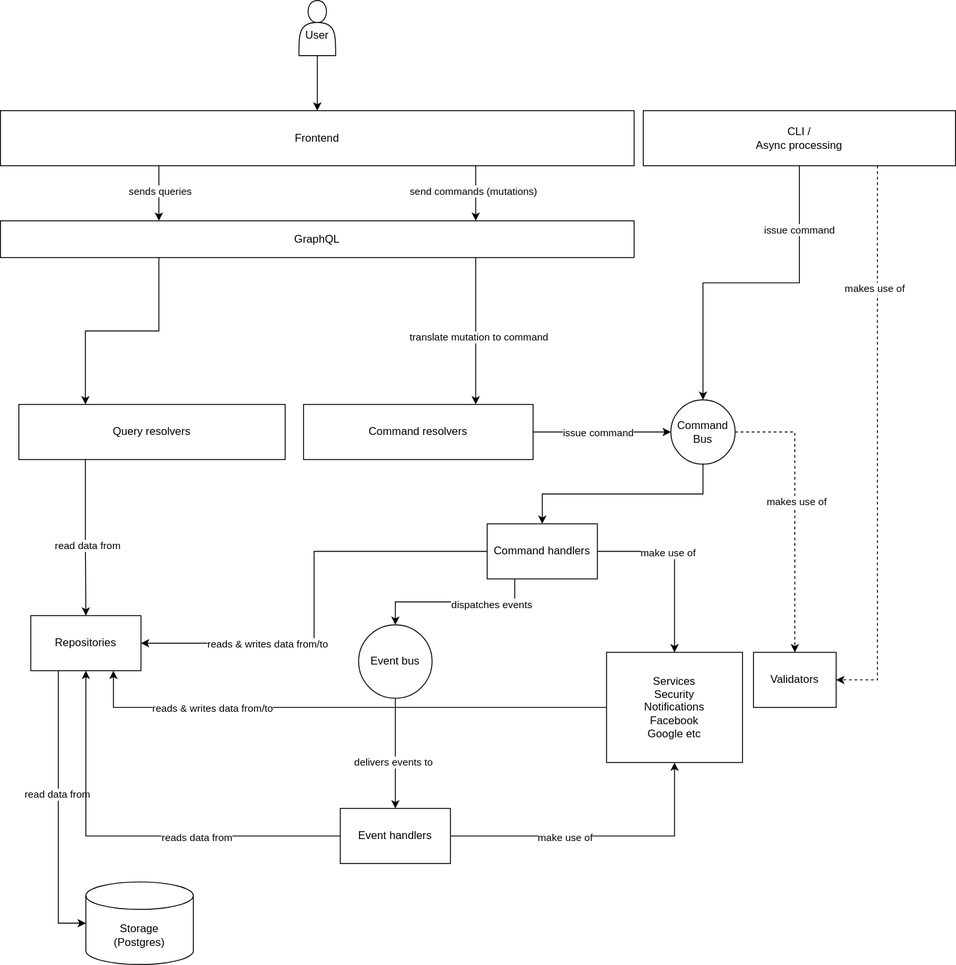
The draw.io diagram resources/predicty.drawio.svg in predicty-app/predicty, before a commit. Source tidied: cells renumbered, new cells last; positions are measured from the earlier drawing's top-left corner, leaving out a move shared by most shapes. Source of this version:
```xml
<mxGraphModel>
  <root>
    <mxCell id="0" />
    <mxCell id="1" parent="0" />
    <mxCell id="2" style="edgeStyle=orthogonalEdgeStyle;rounded=0;jettySize=auto;html=1;exitX=0.25;exitY=1;exitDx=0;exitDy=0;entryX=0.25;entryY=0;entryDx=0;entryDy=0;" parent="1" edge="1" source="5" target="19">
      <mxGeometry relative="1" as="geometry" />
    </mxCell>
    <mxCell id="3" style="edgeStyle=orthogonalEdgeStyle;rounded=0;jettySize=auto;html=1;exitX=0.75;exitY=1;exitDx=0;exitDy=0;entryX=0.75;entryY=0;entryDx=0;entryDy=0;" parent="1" edge="1" source="5" target="26">
      <mxGeometry relative="1" as="geometry" />
    </mxCell>
    <mxCell id="4" value="translate mutation to command" style="edgeLabel;html=1;align=center;verticalAlign=middle;" parent="3" vertex="1">
      <mxGeometry x="-0.13" y="1" relative="1" as="geometry">
        <mxPoint x="2" y="16" as="offset" />
      </mxGeometry>
    </mxCell>
    <mxCell id="5" value="GraphQL" style="rounded=0;whiteSpace=wrap;html=1;" parent="1" vertex="1">
      <mxGeometry y="240" width="690" height="40" as="geometry" />
    </mxCell>
    <mxCell id="6" style="edgeStyle=orthogonalEdgeStyle;rounded=0;jettySize=auto;html=1;exitX=0.25;exitY=1;exitDx=0;exitDy=0;entryX=0;entryY=0.5;entryDx=0;entryDy=0;entryPerimeter=0;" parent="1" edge="1" source="8" target="9">
      <mxGeometry relative="1" as="geometry" />
    </mxCell>
    <mxCell id="7" value="read data from" style="edgeLabel;html=1;align=center;verticalAlign=middle;" parent="6" vertex="1">
      <mxGeometry x="-0.12" y="-2" relative="1" as="geometry" />
    </mxCell>
    <mxCell id="8" value="Repositories" style="rounded=0;whiteSpace=wrap;html=1;" parent="1" vertex="1">
      <mxGeometry x="33" y="670" width="120" height="60" as="geometry" />
    </mxCell>
    <mxCell id="9" value="Storage&lt;br&gt;(Postgres)" style="shape=cylinder3;whiteSpace=wrap;html=1;boundedLbl=1;backgroundOutline=1;size=15;" parent="1" vertex="1">
      <mxGeometry x="93" y="960" width="117" height="90" as="geometry" />
    </mxCell>
    <mxCell id="10" style="edgeStyle=orthogonalEdgeStyle;rounded=0;jettySize=auto;html=1;exitX=0.75;exitY=1;exitDx=0;exitDy=0;entryX=0.75;entryY=0;entryDx=0;entryDy=0;" parent="1" edge="1" source="14" target="5">
      <mxGeometry relative="1" as="geometry" />
    </mxCell>
    <mxCell id="11" value="send commands (mutations)" style="edgeLabel;html=1;align=center;verticalAlign=middle;" parent="10" vertex="1">
      <mxGeometry x="-0.09" y="-3" relative="1" as="geometry" />
    </mxCell>
    <mxCell id="12" style="edgeStyle=orthogonalEdgeStyle;rounded=0;jettySize=auto;html=1;exitX=0.25;exitY=1;exitDx=0;exitDy=0;entryX=0.25;entryY=0;entryDx=0;entryDy=0;" parent="1" edge="1" source="14" target="5">
      <mxGeometry relative="1" as="geometry" />
    </mxCell>
    <mxCell id="13" value="sends queries" style="edgeLabel;html=1;align=center;verticalAlign=middle;" parent="12" vertex="1">
      <mxGeometry x="-0.09" y="1" relative="1" as="geometry" />
    </mxCell>
    <mxCell id="14" value="Frontend" style="rounded=0;whiteSpace=wrap;html=1;" parent="1" vertex="1">
      <mxGeometry y="120" width="690" height="60" as="geometry" />
    </mxCell>
    <mxCell id="15" style="edgeStyle=orthogonalEdgeStyle;rounded=0;jettySize=auto;html=1;exitX=0.5;exitY=1;exitDx=0;exitDy=0;entryX=0.5;entryY=0;entryDx=0;entryDy=0;" parent="1" edge="1" source="16" target="14">
      <mxGeometry relative="1" as="geometry" />
    </mxCell>
    <mxCell id="16" value="&lt;br&gt;User" style="shape=actor;whiteSpace=wrap;html=1;" parent="1" vertex="1">
      <mxGeometry x="325" width="40" height="60" as="geometry" />
    </mxCell>
    <mxCell id="17" style="edgeStyle=orthogonalEdgeStyle;rounded=0;jettySize=auto;html=1;exitX=0.25;exitY=1;exitDx=0;exitDy=0;entryX=0.5;entryY=0;entryDx=0;entryDy=0;" parent="1" edge="1" source="19" target="8">
      <mxGeometry relative="1" as="geometry" />
    </mxCell>
    <mxCell id="18" value="read data from" style="edgeLabel;html=1;align=center;verticalAlign=middle;" parent="17" vertex="1">
      <mxGeometry x="0.11" y="1" relative="1" as="geometry" />
    </mxCell>
    <mxCell id="19" value="Query resolvers" style="rounded=0;whiteSpace=wrap;html=1;" parent="1" vertex="1">
      <mxGeometry x="20" y="440" width="290" height="60" as="geometry" />
    </mxCell>
    <mxCell id="20" style="edgeStyle=orthogonalEdgeStyle;rounded=0;jettySize=auto;html=1;exitX=0.5;exitY=1;exitDx=0;exitDy=0;" parent="1" edge="1" source="23" target="33">
      <mxGeometry relative="1" as="geometry" />
    </mxCell>
    <mxCell id="21" style="edgeStyle=orthogonalEdgeStyle;rounded=0;jettySize=auto;html=1;exitX=1;exitY=0.5;exitDx=0;exitDy=0;entryX=0.5;entryY=0;entryDx=0;entryDy=0;jumpStyle=none;dashed=1;" parent="1" edge="1" source="23" target="42">
      <mxGeometry relative="1" as="geometry" />
    </mxCell>
    <mxCell id="22" value="makes use of" style="edgeLabel;html=1;align=center;verticalAlign=middle;" parent="21" vertex="1">
      <mxGeometry x="-0.08" y="1" relative="1" as="geometry" />
    </mxCell>
    <mxCell id="23" value="Command&lt;br&gt;Bus" style="ellipse;whiteSpace=wrap;html=1;" parent="1" vertex="1">
      <mxGeometry x="730" y="435" width="70" height="70" as="geometry" />
    </mxCell>
    <mxCell id="24" style="edgeStyle=orthogonalEdgeStyle;rounded=0;jettySize=auto;html=1;exitX=1;exitY=0.5;exitDx=0;exitDy=0;entryX=0;entryY=0.5;entryDx=0;entryDy=0;" parent="1" edge="1" source="26" target="23">
      <mxGeometry relative="1" as="geometry" />
    </mxCell>
    <mxCell id="25" value="issue command" style="edgeLabel;html=1;align=center;verticalAlign=middle;" parent="24" vertex="1">
      <mxGeometry x="-0.05" y="1" relative="1" as="geometry">
        <mxPoint x="-1" y="1" as="offset" />
      </mxGeometry>
    </mxCell>
    <mxCell id="26" value="Command resolvers" style="rounded=0;whiteSpace=wrap;html=1;" parent="1" vertex="1">
      <mxGeometry x="330" y="440" width="250" height="60" as="geometry" />
    </mxCell>
    <mxCell id="27" style="edgeStyle=orthogonalEdgeStyle;rounded=0;jettySize=auto;html=1;entryX=0.5;entryY=0;entryDx=0;entryDy=0;" parent="1" edge="1" source="33" target="41">
      <mxGeometry relative="1" as="geometry" />
    </mxCell>
    <mxCell id="28" value="make use of" style="edgeLabel;html=1;align=center;verticalAlign=middle;" parent="27" vertex="1">
      <mxGeometry x="-0.21" y="-1" relative="1" as="geometry" />
    </mxCell>
    <mxCell id="29" style="edgeStyle=orthogonalEdgeStyle;rounded=0;jettySize=auto;html=1;exitX=0;exitY=0.5;exitDx=0;exitDy=0;entryX=1;entryY=0.5;entryDx=0;entryDy=0;" parent="1" edge="1" source="33" target="8">
      <mxGeometry relative="1" as="geometry" />
    </mxCell>
    <mxCell id="30" value="reads &amp;amp; writes data from/to" style="edgeLabel;html=1;align=center;verticalAlign=middle;" parent="29" vertex="1">
      <mxGeometry x="0.33" y="4" relative="1" as="geometry">
        <mxPoint x="-24" y="-4" as="offset" />
      </mxGeometry>
    </mxCell>
    <mxCell id="31" style="edgeStyle=orthogonalEdgeStyle;rounded=0;jettySize=auto;html=1;exitX=0.25;exitY=1;exitDx=0;exitDy=0;entryX=0.5;entryY=0;entryDx=0;entryDy=0;" parent="1" edge="1" source="33" target="45">
      <mxGeometry relative="1" as="geometry" />
    </mxCell>
    <mxCell id="32" value="dispatches events" style="edgeLabel;html=1;align=center;verticalAlign=middle;" parent="31" vertex="1">
      <mxGeometry x="-0.43" y="2" relative="1" as="geometry" />
    </mxCell>
    <mxCell id="33" value="Command handlers" style="rounded=0;whiteSpace=wrap;html=1;" parent="1" vertex="1">
      <mxGeometry x="530" y="570" width="120" height="60" as="geometry" />
    </mxCell>
    <mxCell id="34" style="edgeStyle=orthogonalEdgeStyle;rounded=0;jettySize=auto;html=1;exitX=0.5;exitY=1;exitDx=0;exitDy=0;entryX=0.5;entryY=0;entryDx=0;entryDy=0;" parent="1" edge="1" source="38" target="23">
      <mxGeometry relative="1" as="geometry" />
    </mxCell>
    <mxCell id="35" value="issue command" style="edgeLabel;html=1;align=center;verticalAlign=middle;" parent="34" vertex="1">
      <mxGeometry x="-0.62" y="-1" relative="1" as="geometry" />
    </mxCell>
    <mxCell id="36" style="edgeStyle=orthogonalEdgeStyle;rounded=0;jettySize=auto;html=1;exitX=0.75;exitY=1;exitDx=0;exitDy=0;entryX=1;entryY=0.5;entryDx=0;entryDy=0;dashed=1;" parent="1" edge="1" source="38" target="42">
      <mxGeometry relative="1" as="geometry" />
    </mxCell>
    <mxCell id="37" value="makes use of" style="edgeLabel;html=1;align=center;verticalAlign=middle;" parent="36" vertex="1">
      <mxGeometry x="-0.56" y="-4" relative="1" as="geometry" />
    </mxCell>
    <mxCell id="38" value="CLI /&lt;br&gt;Async processing" style="rounded=0;whiteSpace=wrap;html=1;" parent="1" vertex="1">
      <mxGeometry x="700" y="120" width="340" height="60" as="geometry" />
    </mxCell>
    <mxCell id="39" style="edgeStyle=orthogonalEdgeStyle;rounded=0;jettySize=auto;html=1;exitX=0;exitY=0.5;exitDx=0;exitDy=0;entryX=0.75;entryY=1;entryDx=0;entryDy=0;" parent="1" edge="1" source="41" target="8">
      <mxGeometry relative="1" as="geometry" />
    </mxCell>
    <mxCell id="40" value="reads &amp;amp; writes data from/to" style="edgeLabel;html=1;align=center;verticalAlign=middle;" parent="39" vertex="1">
      <mxGeometry x="0.04" relative="1" as="geometry">
        <mxPoint x="-130" as="offset" />
      </mxGeometry>
    </mxCell>
    <mxCell id="41" value="Services&lt;br&gt;Security&lt;br&gt;Notifications&lt;br&gt;Facebook&lt;br&gt;Google etc" style="rounded=0;whiteSpace=wrap;html=1;" parent="1" vertex="1">
      <mxGeometry x="660" y="710" width="148" height="120" as="geometry" />
    </mxCell>
    <mxCell id="42" value="Validators" style="rounded=0;whiteSpace=wrap;html=1;" parent="1" vertex="1">
      <mxGeometry x="820" y="710" width="90" height="60" as="geometry" />
    </mxCell>
    <mxCell id="43" style="edgeStyle=orthogonalEdgeStyle;rounded=0;jettySize=auto;html=1;exitX=0.5;exitY=1;exitDx=0;exitDy=0;entryX=0.5;entryY=0;entryDx=0;entryDy=0;" parent="1" edge="1" source="45" target="50">
      <mxGeometry relative="1" as="geometry" />
    </mxCell>
    <mxCell id="44" value="delivers events to" style="edgeLabel;html=1;align=center;verticalAlign=middle;" parent="43" vertex="1">
      <mxGeometry x="0.15" y="-3" relative="1" as="geometry" />
    </mxCell>
    <mxCell id="45" value="Event bus" style="ellipse;whiteSpace=wrap;html=1;" parent="1" vertex="1">
      <mxGeometry x="390" y="680" width="80" height="80" as="geometry" />
    </mxCell>
    <mxCell id="46" style="edgeStyle=orthogonalEdgeStyle;rounded=0;jettySize=auto;html=1;exitX=0;exitY=0.5;exitDx=0;exitDy=0;entryX=0.5;entryY=1;entryDx=0;entryDy=0;" parent="1" edge="1" source="50" target="8">
      <mxGeometry relative="1" as="geometry" />
    </mxCell>
    <mxCell id="47" value="reads data from" style="edgeLabel;html=1;align=center;verticalAlign=middle;" parent="46" vertex="1">
      <mxGeometry x="-0.31" y="1" relative="1" as="geometry" />
    </mxCell>
    <mxCell id="48" style="edgeStyle=orthogonalEdgeStyle;rounded=0;jettySize=auto;html=1;exitX=1;exitY=0.5;exitDx=0;exitDy=0;entryX=0.5;entryY=1;entryDx=0;entryDy=0;" parent="1" edge="1" source="50" target="41">
      <mxGeometry relative="1" as="geometry" />
    </mxCell>
    <mxCell id="49" value="make use of" style="edgeLabel;html=1;align=center;verticalAlign=middle;" parent="48" vertex="1">
      <mxGeometry x="-0.24" y="-1" relative="1" as="geometry" />
    </mxCell>
    <mxCell id="50" value="Event handlers" style="rounded=0;whiteSpace=wrap;html=1;" parent="1" vertex="1">
      <mxGeometry x="370" y="880" width="120" height="60" as="geometry" />
    </mxCell>
  </root>
</mxGraphModel>
```
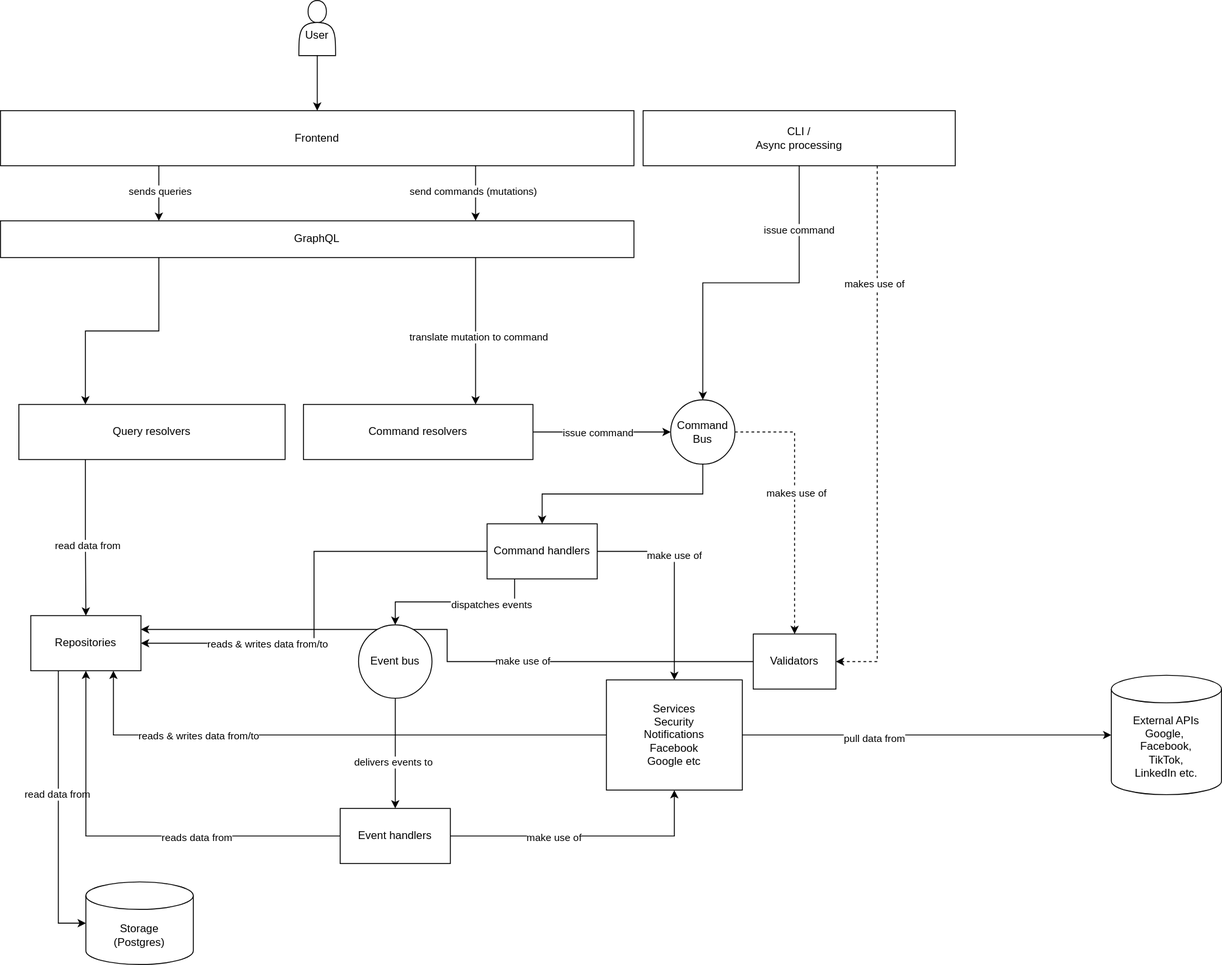
The same file after the commit.

Commit message:
PRED-316 Prepare a diagram describing the app architecture

Change to the diagram source:
```diff
@@ -128,10 +128,16 @@
       </mxGeometry>
     </mxCell>
     <mxCell id="41" value="Services&lt;br&gt;Security&lt;br&gt;Notifications&lt;br&gt;Facebook&lt;br&gt;Google etc" style="rounded=0;whiteSpace=wrap;html=1;" parent="1" vertex="1">
-      <mxGeometry x="660" y="710" width="148" height="120" as="geometry" />
+      <mxGeometry x="660" y="740" width="148" height="120" as="geometry" />
     </mxCell>
+    <mxCell id="51" style="edgeStyle=orthogonalEdgeStyle;rounded=0;jettySize=auto;html=1;exitX=0;exitY=0.5;exitDx=0;exitDy=0;entryX=1;entryY=0.25;entryDx=0;entryDy=0;" parent="1" edge="1" source="42" target="8">
+      <mxGeometry relative="1" as="geometry" />
+    </mxCell>
+    <mxCell id="52" value="make use of" style="edgeLabel;html=1;align=center;verticalAlign=middle;" parent="51" vertex="1">
+      <mxGeometry x="-0.28" y="-1" relative="1" as="geometry" />
+    </mxCell>
     <mxCell id="42" value="Validators" style="rounded=0;whiteSpace=wrap;html=1;" parent="1" vertex="1">
-      <mxGeometry x="820" y="710" width="90" height="60" as="geometry" />
+      <mxGeometry x="820" y="690" width="90" height="60" as="geometry" />
     </mxCell>
     <mxCell id="43" style="edgeStyle=orthogonalEdgeStyle;rounded=0;jettySize=auto;html=1;exitX=0.5;exitY=1;exitDx=0;exitDy=0;entryX=0.5;entryY=0;entryDx=0;entryDy=0;" parent="1" edge="1" source="45" target="50">
       <mxGeometry relative="1" as="geometry" />
@@ -157,5 +163,14 @@
     <mxCell id="50" value="Event handlers" style="rounded=0;whiteSpace=wrap;html=1;" parent="1" vertex="1">
       <mxGeometry x="370" y="880" width="120" height="60" as="geometry" />
     </mxCell>
+    <mxCell id="53" style="edgeStyle=orthogonalEdgeStyle;rounded=0;jettySize=auto;html=1;exitX=1;exitY=0.5;exitDx=0;exitDy=0;entryX=0;entryY=0.5;entryDx=0;entryDy=0;entryPerimeter=0;" parent="1" edge="1" source="41" target="55">
+      <mxGeometry relative="1" as="geometry" />
+    </mxCell>
+    <mxCell id="54" value="pull data from" style="edgeLabel;html=1;align=center;verticalAlign=middle;" parent="53" vertex="1">
+      <mxGeometry x="-0.29" y="-3" relative="1" as="geometry" />
+    </mxCell>
+    <mxCell id="55" value="External APIs&lt;br&gt;Google,&amp;nbsp;&lt;br&gt;Facebook,&lt;br&gt;TikTok,&lt;br&gt;LinkedIn etc." style="shape=cylinder3;whiteSpace=wrap;html=1;boundedLbl=1;backgroundOutline=1;size=15;" parent="1" vertex="1">
+      <mxGeometry x="1210" y="735" width="120" height="130" as="geometry" />
+    </mxCell>
   </root>
 </mxGraphModel>
```
